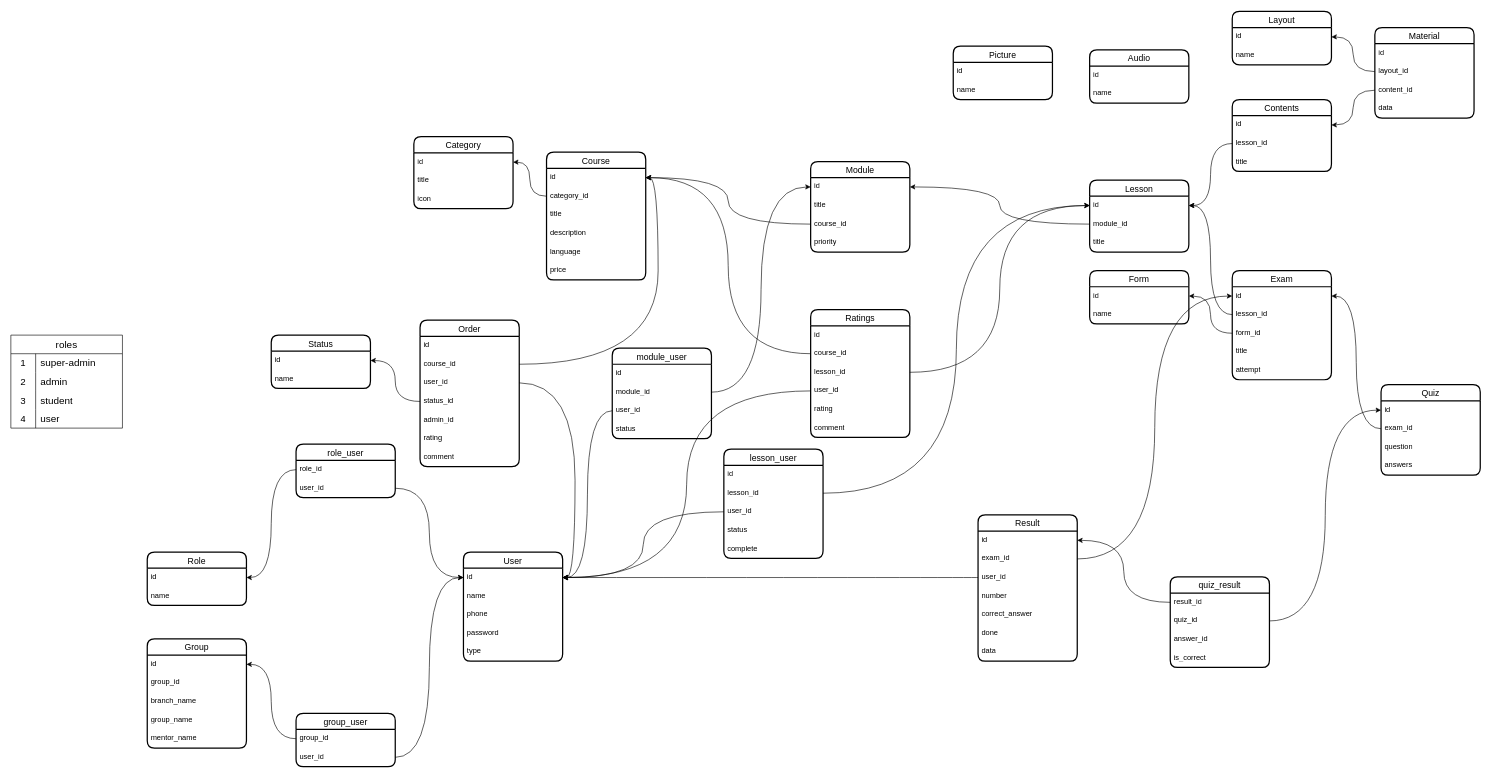
Above: newaction.drawio in iztileuoff/databases (draw.io), before the change. Source tidied: cells renumbered, new cells numbered last; positions are measured from the earlier drawing's top-left corner, leaving out a move shared by most shapes. Both pictures are drawn from the tidied source at 62%, with x=0, y=0 at pixel (11, 11).
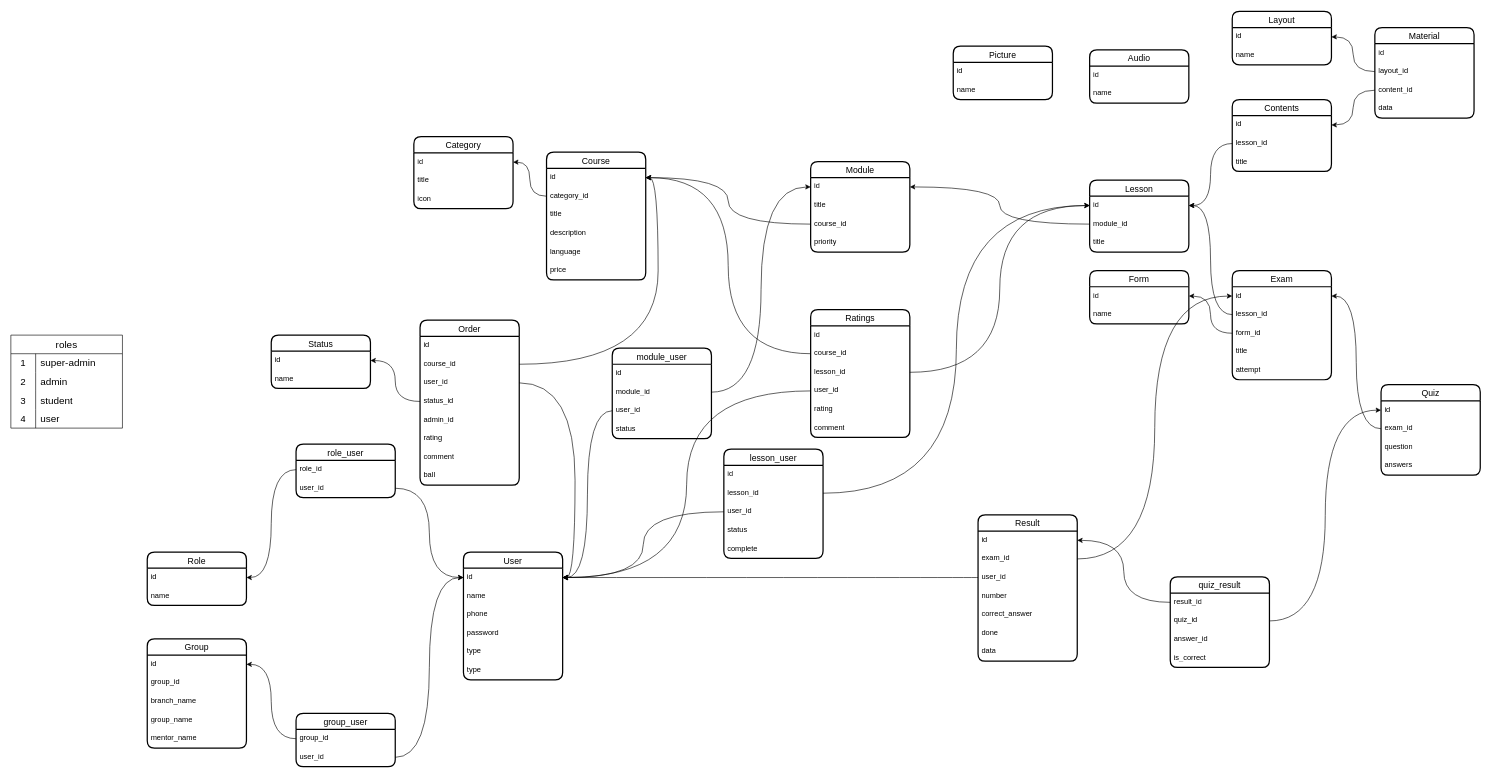
The same diagram, later.

What changed in the source:
```diff
@@
     <mxCell id="2" value="User" style="swimlane;fontStyle=0;horizontal=1;startSize=26;align=center;fontSize=14;strokeWidth=2;rounded=1;shadow=0;glass=0;swimlaneLine=1;" parent="1" vertex="1">
-      <mxGeometry x="730" y="872" width="160" height="176" as="geometry" />
+      <mxGeometry x="730" y="872" width="160" height="206" as="geometry" />
     </mxCell>
@@
+    <mxCell id="157" value="type" style="text;strokeColor=none;fillColor=none;spacingLeft=4;spacingRight=4;overflow=hidden;fontSize=12;whiteSpace=wrap;html=1;" parent="2" vertex="1">
+      <mxGeometry y="176" width="160" height="30" as="geometry" />
+    </mxCell>
@@
     <mxCell id="26" value="Order" style="swimlane;fontStyle=0;horizontal=1;startSize=26;align=center;fontSize=14;strokeWidth=2;rounded=1;shadow=0;glass=0;swimlaneLine=1;" parent="1" vertex="1">
-      <mxGeometry x="660" y="498" width="160" height="236" as="geometry" />
+      <mxGeometry x="660" y="498" width="160" height="266" as="geometry" />
     </mxCell>
@@
+    <mxCell id="158" value="ball" style="text;strokeColor=none;fillColor=none;spacingLeft=4;spacingRight=4;overflow=hidden;fontSize=12;whiteSpace=wrap;html=1;" parent="26" vertex="1">
+      <mxGeometry y="236" width="160" height="30" as="geometry" />
+    </mxCell>
```
